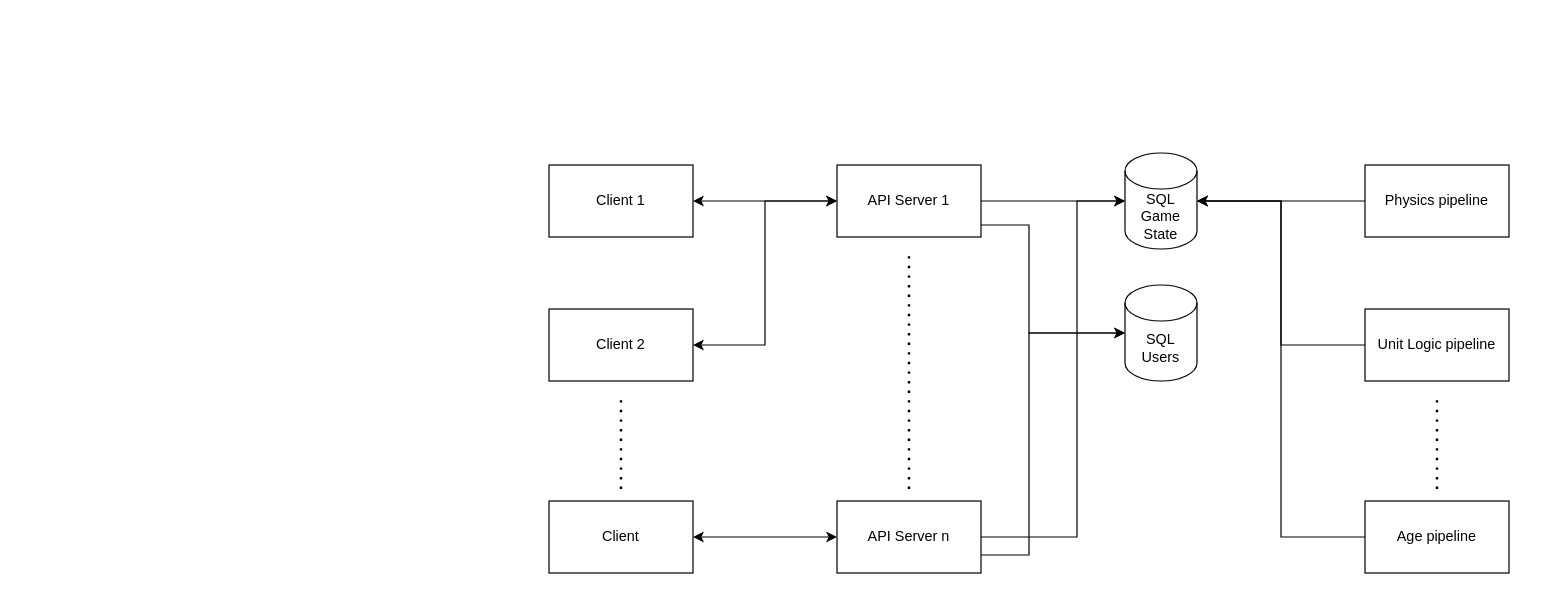
Above: design/networking/cwars_network_architecture.drawio in jonathaneeckhout/cwars (draw.io), before the change. Source tidied: cells renumbered, new cells numbered last; positions are measured from the earlier drawing's top-left corner, leaving out a move shared by most shapes. Both pictures are drawn from the tidied source at 120%, with x=0, y=0 at pixel (548, 152).
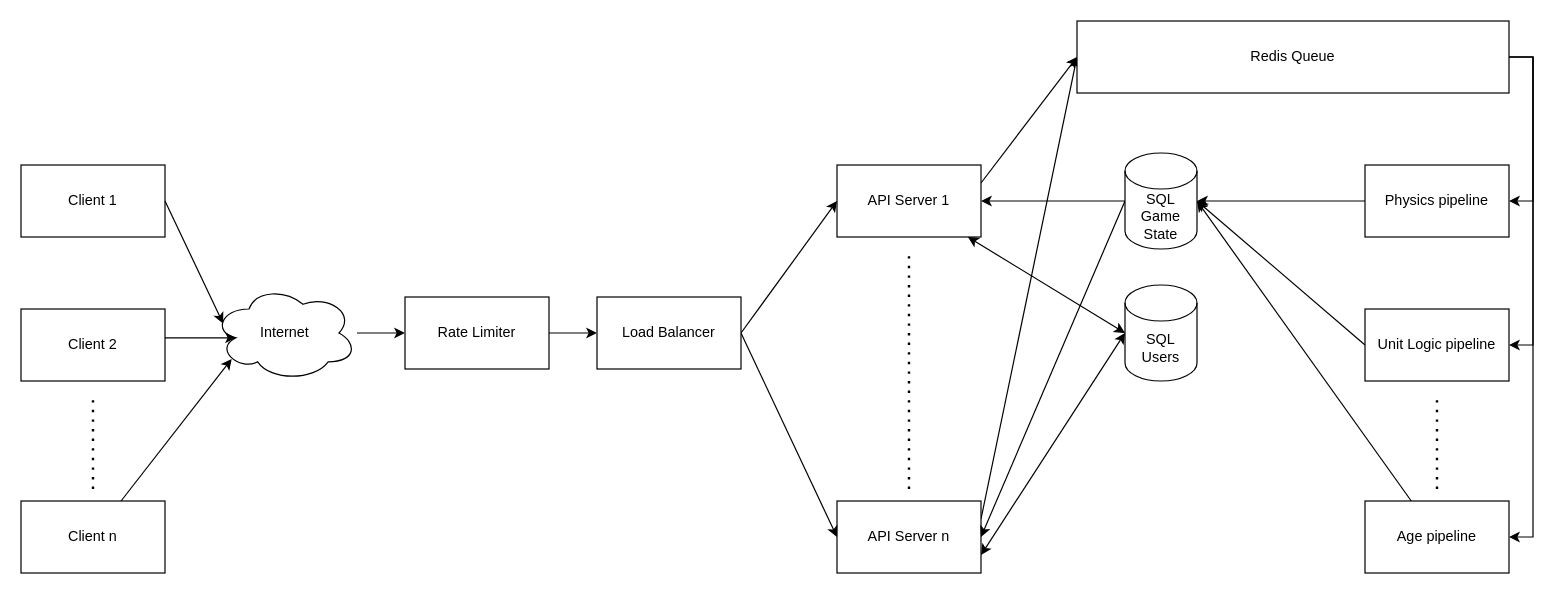
After the change.

Unchanged cells that the change refers to:
```xml
<mxCell id="2" value="API Server 1" style="rounded=0;whiteSpace=wrap;html=1;" parent="1" vertex="1">
  <mxGeometry x="240" y="10" width="120" height="60" as="geometry" />
</mxCell>
<mxCell id="5" value="Physics pipeline" style="rounded=0;whiteSpace=wrap;html=1;" parent="1" vertex="1">
  <mxGeometry x="680" y="10" width="120" height="60" as="geometry" />
</mxCell>
<mxCell id="6" value="Unit Logic pipeline" style="rounded=0;whiteSpace=wrap;html=1;" parent="1" vertex="1">
  <mxGeometry x="680" y="130" width="120" height="60" as="geometry" />
</mxCell>
<mxCell id="7" value="Age pipeline" style="rounded=0;whiteSpace=wrap;html=1;" parent="1" vertex="1">
  <mxGeometry x="680" y="290" width="120" height="60" as="geometry" />
</mxCell>
<mxCell id="8" value="API Server n" style="rounded=0;whiteSpace=wrap;html=1;" parent="1" vertex="1">
  <mxGeometry x="240" y="290" width="120" height="60" as="geometry" />
</mxCell>
<mxCell id="13" value="SQL Game State" style="shape=cylinder3;whiteSpace=wrap;html=1;boundedLbl=1;backgroundOutline=1;size=15;" parent="1" vertex="1">
  <mxGeometry x="480" width="60" height="80" as="geometry" />
</mxCell>
<mxCell id="14" value="SQL Users" style="shape=cylinder3;whiteSpace=wrap;html=1;boundedLbl=1;backgroundOutline=1;size=15;" parent="1" vertex="1">
  <mxGeometry x="480" y="110" width="60" height="80" as="geometry" />
</mxCell>
```

Diff of the diagram source:
```diff
@@
+    <mxCell id="25" style="rounded=0;jettySize=auto;html=1;exitX=1;exitY=0.25;exitDx=0;exitDy=0;entryX=0;entryY=0.5;entryDx=0;entryDy=0;" parent="1" edge="1" source="2" target="37">
+      <mxGeometry relative="1" as="geometry" />
+    </mxCell>
@@
-    <mxCell id="3" style="edgeStyle=orthogonalEdgeStyle;rounded=0;jettySize=auto;html=1;startArrow=classic;startFill=1;" parent="1" edge="1" source="4" target="2">
-      <mxGeometry relative="1" as="geometry" />
-    </mxCell>
     <mxCell id="4" value="Client 1" style="rounded=0;whiteSpace=wrap;html=1;" parent="1" vertex="1">
-      <mxGeometry y="10" width="120" height="60" as="geometry" />
+      <mxGeometry x="-440" y="10" width="120" height="60" as="geometry" />
     </mxCell>
@@
+    <mxCell id="26" style="rounded=0;jettySize=auto;html=1;exitX=1;exitY=0.25;exitDx=0;exitDy=0;entryX=0;entryY=0.5;entryDx=0;entryDy=0;" parent="1" edge="1" source="8" target="37">
+      <mxGeometry relative="1" as="geometry" />
+    </mxCell>
@@
-    <mxCell id="9" style="edgeStyle=orthogonalEdgeStyle;rounded=0;jettySize=auto;html=1;entryX=0;entryY=0.5;entryDx=0;entryDy=0;curved=0;strokeColor=default;startArrow=classic;startFill=1;" parent="1" edge="1" source="10" target="2">
-      <mxGeometry relative="1" as="geometry" />
-    </mxCell>
     <mxCell id="10" value="Client 2" style="rounded=0;whiteSpace=wrap;html=1;" parent="1" vertex="1">
-      <mxGeometry y="130" width="120" height="60" as="geometry" />
+      <mxGeometry x="-440" y="130" width="120" height="60" as="geometry" />
     </mxCell>
-    <mxCell id="11" style="edgeStyle=orthogonalEdgeStyle;rounded=0;jettySize=auto;html=1;entryX=0;entryY=0.5;entryDx=0;entryDy=0;startArrow=classic;startFill=1;" parent="1" edge="1" source="12" target="8">
-      <mxGeometry relative="1" as="geometry" />
-    </mxCell>
-    <mxCell id="12" value="Client" style="rounded=0;whiteSpace=wrap;html=1;" parent="1" vertex="1">
-      <mxGeometry y="290" width="120" height="60" as="geometry" />
+    <mxCell id="12" value="Client n" style="rounded=0;whiteSpace=wrap;html=1;" parent="1" vertex="1">
+      <mxGeometry x="-440" y="290" width="120" height="60" as="geometry" />
     </mxCell>
+    <mxCell id="27" style="edgeStyle=orthogonalEdgeStyle;rounded=0;jettySize=auto;html=1;entryX=1;entryY=0.5;entryDx=0;entryDy=0;" parent="1" edge="1" source="13" target="2">
+      <mxGeometry relative="1" as="geometry" />
+    </mxCell>
+    <mxCell id="28" style="rounded=0;jettySize=auto;html=1;exitX=0;exitY=0.5;exitDx=0;exitDy=0;exitPerimeter=0;entryX=1;entryY=0.5;entryDx=0;entryDy=0;" parent="1" edge="1" source="13" target="8">
+      <mxGeometry relative="1" as="geometry" />
+    </mxCell>
@@
-    <mxCell id="17" style="edgeStyle=orthogonalEdgeStyle;rounded=0;jettySize=auto;html=1;entryX=0;entryY=0.5;entryDx=0;entryDy=0;entryPerimeter=0;" parent="1" edge="1" source="2" target="13">
-      <mxGeometry relative="1" as="geometry" />
-    </mxCell>
-    <mxCell id="18" style="edgeStyle=orthogonalEdgeStyle;rounded=0;jettySize=auto;html=1;entryX=0;entryY=0.5;entryDx=0;entryDy=0;entryPerimeter=0;" parent="1" edge="1" source="8" target="13">
-      <mxGeometry relative="1" as="geometry">
-        <Array as="points">
-          <mxPoint x="440" y="320" />
-          <mxPoint x="440" y="40" />
-        </Array>
-      </mxGeometry>
-    </mxCell>
-    <mxCell id="19" style="edgeStyle=orthogonalEdgeStyle;rounded=0;jettySize=auto;html=1;entryX=0;entryY=0.5;entryDx=0;entryDy=0;entryPerimeter=0;" parent="1" edge="1" source="2" target="14">
-      <mxGeometry relative="1" as="geometry">
-        <Array as="points">
-          <mxPoint x="400" y="60" />
-          <mxPoint x="400" y="150" />
-        </Array>
-      </mxGeometry>
+    <mxCell id="19" style="rounded=0;jettySize=auto;html=1;entryX=0;entryY=0.5;entryDx=0;entryDy=0;entryPerimeter=0;startArrow=classic;startFill=1;" parent="1" edge="1" source="2" target="14">
+      <mxGeometry relative="1" as="geometry" />
     </mxCell>
-    <mxCell id="20" style="edgeStyle=orthogonalEdgeStyle;rounded=0;jettySize=auto;html=1;exitX=1;exitY=0.75;exitDx=0;exitDy=0;entryX=0;entryY=0.5;entryDx=0;entryDy=0;entryPerimeter=0;" parent="1" edge="1" source="8" target="14">
-      <mxGeometry relative="1" as="geometry">
-        <Array as="points">
-          <mxPoint x="400" y="335" />
-          <mxPoint x="400" y="150" />
-        </Array>
-      </mxGeometry>
+    <mxCell id="20" style="rounded=0;jettySize=auto;html=1;exitX=1;exitY=0.75;exitDx=0;exitDy=0;entryX=0;entryY=0.5;entryDx=0;entryDy=0;entryPerimeter=0;startArrow=classic;startFill=1;" parent="1" edge="1" source="8" target="14">
+      <mxGeometry relative="1" as="geometry" />
     </mxCell>
@@
-    <mxCell id="22" style="edgeStyle=orthogonalEdgeStyle;rounded=0;jettySize=auto;html=1;entryX=1;entryY=0.5;entryDx=0;entryDy=0;entryPerimeter=0;" parent="1" edge="1" source="6" target="13">
+    <mxCell id="22" style="rounded=0;jettySize=auto;html=1;entryX=1;entryY=0.5;entryDx=0;entryDy=0;entryPerimeter=0;exitX=0;exitY=0.5;exitDx=0;exitDy=0;" parent="1" edge="1" source="6" target="13">
       <mxGeometry relative="1" as="geometry" />
     </mxCell>
-    <mxCell id="23" style="edgeStyle=orthogonalEdgeStyle;rounded=0;jettySize=auto;html=1;entryX=1;entryY=0.5;entryDx=0;entryDy=0;entryPerimeter=0;" parent="1" edge="1" source="7" target="13">
+    <mxCell id="23" style="rounded=0;jettySize=auto;html=1;entryX=1;entryY=0.5;entryDx=0;entryDy=0;entryPerimeter=0;" parent="1" edge="1" source="7" target="13">
       <mxGeometry relative="1" as="geometry" />
     </mxCell>
     <mxCell id="24" style="endArrow=none;dashed=1;html=1;dashPattern=1 3;strokeWidth=2;rounded=0;" parent="1" edge="1">
       <mxGeometry relative="1" as="geometry">
-        <mxPoint x="60" y="280" as="sourcePoint" />
-        <mxPoint x="60" y="200" as="targetPoint" />
+        <mxPoint x="-380" y="280" as="sourcePoint" />
+        <mxPoint x="-380" y="200" as="targetPoint" />
       </mxGeometry>
     </mxCell>
+    <mxCell id="29" style="rounded=0;jettySize=auto;html=1;entryX=0;entryY=0.5;entryDx=0;entryDy=0;exitX=1;exitY=0.5;exitDx=0;exitDy=0;" parent="1" edge="1" source="31" target="2">
+      <mxGeometry relative="1" as="geometry" />
+    </mxCell>
+    <mxCell id="30" style="rounded=0;jettySize=auto;html=1;exitX=1;exitY=0.5;exitDx=0;exitDy=0;entryX=0;entryY=0.5;entryDx=0;entryDy=0;" parent="1" edge="1" source="31" target="8">
+      <mxGeometry relative="1" as="geometry" />
+    </mxCell>
+    <mxCell id="31" value="Load Balancer" style="rounded=0;whiteSpace=wrap;html=1;" parent="1" vertex="1">
+      <mxGeometry x="40" y="120" width="120" height="60" as="geometry" />
+    </mxCell>
+    <mxCell id="32" style="edgeStyle=orthogonalEdgeStyle;rounded=0;jettySize=auto;html=1;entryX=0;entryY=0.5;entryDx=0;entryDy=0;" parent="1" edge="1" source="33" target="39">
+      <mxGeometry relative="1" as="geometry" />
+    </mxCell>
+    <mxCell id="33" value="Internet" style="ellipse;shape=cloud;whiteSpace=wrap;html=1;" parent="1" vertex="1">
+      <mxGeometry x="-280" y="110" width="120" height="80" as="geometry" />
+    </mxCell>
+    <mxCell id="34" style="edgeStyle=orthogonalEdgeStyle;rounded=0;jettySize=auto;html=1;entryX=1;entryY=0.5;entryDx=0;entryDy=0;" parent="1" edge="1" source="37" target="5">
+      <mxGeometry relative="1" as="geometry">
+        <Array as="points">
+          <mxPoint x="820" y="-80" />
+          <mxPoint x="820" y="40" />
+        </Array>
+      </mxGeometry>
+    </mxCell>
+    <mxCell id="35" style="edgeStyle=orthogonalEdgeStyle;rounded=0;jettySize=auto;html=1;exitX=1;exitY=0.5;exitDx=0;exitDy=0;entryX=1;entryY=0.5;entryDx=0;entryDy=0;" parent="1" edge="1" source="37" target="6">
+      <mxGeometry relative="1" as="geometry" />
+    </mxCell>
+    <mxCell id="36" style="edgeStyle=orthogonalEdgeStyle;rounded=0;jettySize=auto;html=1;exitX=1;exitY=0.5;exitDx=0;exitDy=0;entryX=1;entryY=0.5;entryDx=0;entryDy=0;" parent="1" edge="1" source="37" target="7">
+      <mxGeometry relative="1" as="geometry" />
+    </mxCell>
+    <mxCell id="37" value="Redis Queue" style="rounded=0;whiteSpace=wrap;html=1;" parent="1" vertex="1">
+      <mxGeometry x="440" y="-110" width="360" height="60" as="geometry" />
+    </mxCell>
+    <mxCell id="38" style="edgeStyle=orthogonalEdgeStyle;rounded=0;jettySize=auto;html=1;" parent="1" edge="1" source="39" target="31">
+      <mxGeometry relative="1" as="geometry" />
+    </mxCell>
+    <mxCell id="39" value="Rate Limiter" style="rounded=0;whiteSpace=wrap;html=1;" parent="1" vertex="1">
+      <mxGeometry x="-120" y="120" width="120" height="60" as="geometry" />
+    </mxCell>
+    <mxCell id="40" style="rounded=0;jettySize=auto;html=1;exitX=1;exitY=0.5;exitDx=0;exitDy=0;entryX=0.07;entryY=0.4;entryDx=0;entryDy=0;entryPerimeter=0;" parent="1" edge="1" source="4" target="33">
+      <mxGeometry relative="1" as="geometry" />
+    </mxCell>
+    <mxCell id="41" style="edgeStyle=elbowEdgeStyle;rounded=0;jettySize=auto;html=1;entryX=0.16;entryY=0.55;entryDx=0;entryDy=0;entryPerimeter=0;elbow=vertical;" parent="1" edge="1" source="10" target="33">
+      <mxGeometry relative="1" as="geometry" />
+    </mxCell>
+    <mxCell id="42" style="rounded=0;jettySize=auto;html=1;entryX=0.13;entryY=0.77;entryDx=0;entryDy=0;entryPerimeter=0;" parent="1" edge="1" source="12" target="33">
+      <mxGeometry relative="1" as="geometry" />
+    </mxCell>
```
